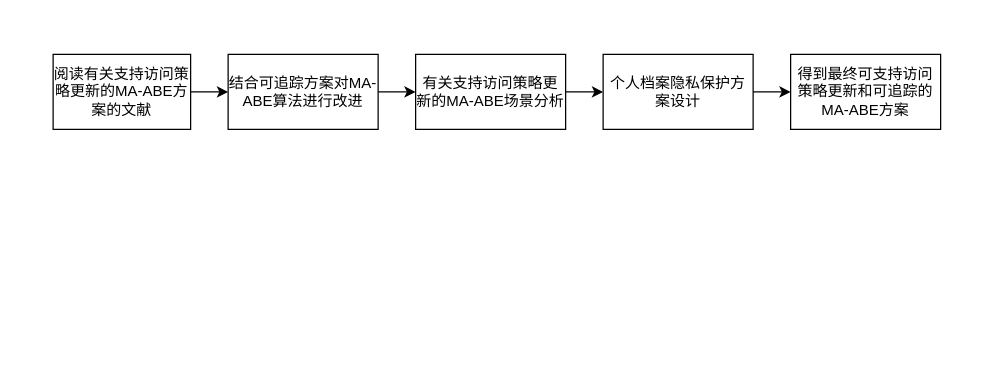
The draw.io diagram 访问策略更新技术路线图.drawio in ScauMadLife/BlockChain, before the edit. Source tidied: cells renumbered, new cells numbered last; positions are measured from the earlier drawing's top-left corner, leaving out a move shared by most shapes. Both pictures are drawn from the tidied source at 125%, with x=0, y=0 at pixel (52, 54). Pictures stored in the file or linked from it are replaced by grey dashed boxes.
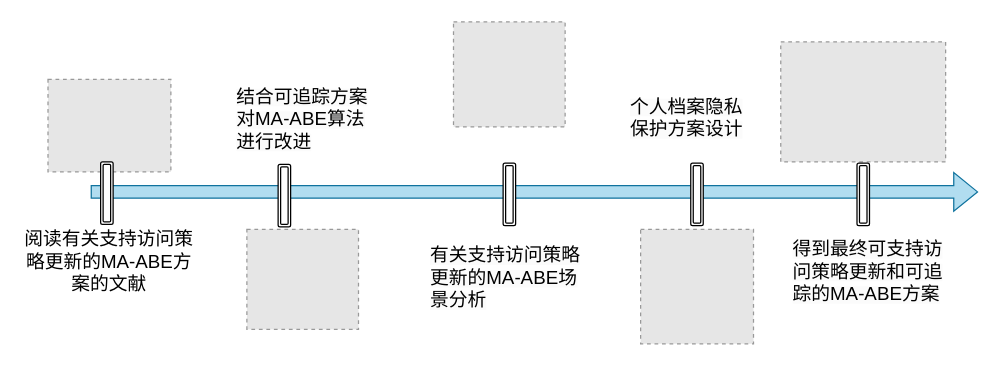
Above is the later version.

Commit message:
更新访问策略更新技术路线图.drawio

Change to the diagram source:
```diff
@@
 <mxGraphModel>
   <root>
     <mxCell id="0" />
     <mxCell id="1" parent="0" />
-    <mxCell id="2" style="edgeStyle=orthogonalEdgeStyle;rounded=0;jettySize=auto;html=1;" parent="1" edge="1" source="3" target="7">
-      <mxGeometry relative="1" as="geometry" />
-    </mxCell>
+    <mxCell id="11" style="shape=flexArrow;endArrow=classic;html=1;rounded=0;fillColor=#b1ddf0;strokeColor=#10739e;" parent="1" edge="1">
+      <mxGeometry relative="1" as="geometry">
+        <mxPoint x="30" y="110" as="sourcePoint" />
+        <mxPoint x="740" y="110" as="targetPoint" />
+      </mxGeometry>
+    </mxCell>
+    <mxCell id="12" style="fillColor=#E6E6E6;strokeColor=#999999;dashed=1;verticalLabelPosition=bottom;labelBackgroundColor=default;verticalAlign=top;" parent="1" vertex="1">
+      <mxGeometry x="-4.1" y="20" width="98.3" height="74" as="geometry" />
+    </mxCell>
-    <mxCell id="3" value="阅读有关支持访问策略更新的MA-ABE方案的文献" style="rounded=0;whiteSpace=wrap;html=1;" parent="1" vertex="1">
-      <mxGeometry width="110" height="60" as="geometry" />
+    <mxCell id="3" value="&lt;font style=&quot;font-size: 15px;&quot;&gt;阅读有关支持访问策略更新的MA-ABE方案的文献&lt;/font&gt;" style="text;html=1;strokeColor=none;fillColor=none;align=center;verticalAlign=middle;whiteSpace=wrap;rounded=0;" parent="1" vertex="1">
+      <mxGeometry x="-25" y="150" width="140" height="30" as="geometry" />
     </mxCell>
-    <mxCell id="4" style="edgeStyle=orthogonalEdgeStyle;rounded=0;jettySize=auto;html=1;" parent="1" edge="1" source="5" target="9">
-      <mxGeometry relative="1" as="geometry" />
-    </mxCell>
+    <mxCell id="13" style="fillColor=#E6E6E6;strokeColor=#999999;dashed=1;verticalLabelPosition=bottom;labelBackgroundColor=default;verticalAlign=top;" parent="1" vertex="1">
+      <mxGeometry x="155" y="140" width="89.3" height="80" as="geometry" />
+    </mxCell>
+    <mxCell id="7" value="&lt;span style=&quot;color: rgb(0, 0, 0); font-family: Helvetica; font-style: normal; font-variant-ligatures: normal; font-variant-caps: normal; font-weight: 400; letter-spacing: normal; orphans: 2; text-align: center; text-indent: 0px; text-transform: none; widows: 2; word-spacing: 0px; -webkit-text-stroke-width: 0px; background-color: rgb(251, 251, 251); text-decoration-thickness: initial; text-decoration-style: initial; text-decoration-color: initial; float: none; display: inline !important;&quot;&gt;&lt;font style=&quot;font-size: 15px;&quot;&gt;结合可追踪方案对MA-ABE算法进行改进&lt;/font&gt;&lt;/span&gt;" style="text;whiteSpace=wrap;html=1;" parent="1" vertex="1">
+      <mxGeometry x="144.7" y="18" width="110" height="40" as="geometry" />
+    </mxCell>
-    <mxCell id="5" value="有关支持访问策略更新的MA-ABE场景分析" style="whiteSpace=wrap;html=1;rounded=0;" parent="1" vertex="1">
-      <mxGeometry x="290" width="120" height="60" as="geometry" />
+    <mxCell id="5" value="&lt;span style=&quot;color: rgb(0, 0, 0); font-family: Helvetica; font-style: normal; font-variant-ligatures: normal; font-variant-caps: normal; font-weight: 400; letter-spacing: normal; orphans: 2; text-align: center; text-indent: 0px; text-transform: none; widows: 2; word-spacing: 0px; -webkit-text-stroke-width: 0px; background-color: rgb(251, 251, 251); text-decoration-thickness: initial; text-decoration-style: initial; text-decoration-color: initial; float: none; display: inline !important;&quot;&gt;&lt;font style=&quot;font-size: 15px;&quot;&gt;有关支持访问策略更新的MA-ABE场景分析&lt;/font&gt;&lt;/span&gt;" style="text;whiteSpace=wrap;html=1;" parent="1" vertex="1">
+      <mxGeometry x="300" y="145" width="130" height="40" as="geometry" />
     </mxCell>
-    <mxCell id="6" style="edgeStyle=orthogonalEdgeStyle;rounded=0;jettySize=auto;html=1;" parent="1" edge="1" source="7" target="5">
-      <mxGeometry relative="1" as="geometry" />
-    </mxCell>
-    <mxCell id="7" value="结合可追踪方案对MA-ABE算法进行改进" style="whiteSpace=wrap;html=1;rounded=0;" parent="1" vertex="1">
-      <mxGeometry x="140" width="120" height="60" as="geometry" />
-    </mxCell>
-    <mxCell id="8" style="edgeStyle=orthogonalEdgeStyle;rounded=0;jettySize=auto;html=1;" parent="1" edge="1" source="9" target="10">
-      <mxGeometry relative="1" as="geometry" />
-    </mxCell>
+    <mxCell id="14" style="fillColor=#E6E6E6;strokeColor=#999999;dashed=1;verticalLabelPosition=bottom;labelBackgroundColor=default;verticalAlign=top;" parent="1" vertex="1">
+      <mxGeometry x="320.3" y="-26" width="89.3" height="84" as="geometry" />
+    </mxCell>
-    <mxCell id="9" value="个人档案隐私保护方案设计" style="whiteSpace=wrap;html=1;rounded=0;" parent="1" vertex="1">
-      <mxGeometry x="440" width="120" height="60" as="geometry" />
+    <mxCell id="9" value="&lt;span style=&quot;color: rgb(0, 0, 0); font-family: Helvetica; font-style: normal; font-variant-ligatures: normal; font-variant-caps: normal; font-weight: 400; letter-spacing: normal; orphans: 2; text-align: center; text-indent: 0px; text-transform: none; widows: 2; word-spacing: 0px; -webkit-text-stroke-width: 0px; background-color: rgb(251, 251, 251); text-decoration-thickness: initial; text-decoration-style: initial; text-decoration-color: initial; float: none; display: inline !important;&quot;&gt;&lt;font style=&quot;font-size: 15px;&quot;&gt;个人档案隐私保护方案设计&lt;/font&gt;&lt;/span&gt;" style="text;whiteSpace=wrap;html=1;" parent="1" vertex="1">
+      <mxGeometry x="460.3" y="26" width="100" height="40" as="geometry" />
     </mxCell>
+    <mxCell id="15" style="fillColor=#E6E6E6;strokeColor=#999999;dashed=1;verticalLabelPosition=bottom;labelBackgroundColor=default;verticalAlign=top;" parent="1" vertex="1">
+      <mxGeometry x="470" y="140" width="90.3" height="91.5" as="geometry" />
+    </mxCell>
-    <mxCell id="10" value="得到最终可支持访问策略更新和可追踪的MA-ABE方案" style="whiteSpace=wrap;html=1;rounded=0;" parent="1" vertex="1">
-      <mxGeometry x="590" width="120" height="60" as="geometry" />
+    <mxCell id="10" value="&lt;span style=&quot;color: rgb(0, 0, 0); font-family: Helvetica; font-style: normal; font-variant-ligatures: normal; font-variant-caps: normal; font-weight: 400; letter-spacing: normal; orphans: 2; text-align: center; text-indent: 0px; text-transform: none; widows: 2; word-spacing: 0px; -webkit-text-stroke-width: 0px; background-color: rgb(251, 251, 251); text-decoration-thickness: initial; text-decoration-style: initial; text-decoration-color: initial; float: none; display: inline !important;&quot;&gt;&lt;font style=&quot;font-size: 15px;&quot;&gt;得到最终可支持访问策略更新和可追踪的MA-ABE方案&lt;/font&gt;&lt;/span&gt;" style="text;whiteSpace=wrap;html=1;" parent="1" vertex="1">
+      <mxGeometry x="590" y="140" width="124" height="40" as="geometry" />
     </mxCell>
+    <mxCell id="16" style="fillColor=#E6E6E6;strokeColor=#999999;dashed=1;verticalLabelPosition=bottom;labelBackgroundColor=default;verticalAlign=top;" parent="1" vertex="1">
+      <mxGeometry x="582.1" y="-10" width="131.9" height="96" as="geometry" />
+    </mxCell>
+    <mxCell id="17" style="edgeStyle=orthogonalEdgeStyle;rounded=0;orthogonalLoop=1;jettySize=auto;html=1;exitX=0.5;exitY=1;exitDx=0;exitDy=0;" parent="1" edge="1" source="5" target="5">
+      <mxGeometry relative="1" as="geometry" />
+    </mxCell>
+    <mxCell id="18" style="shape=ext;double=1;rounded=1;whiteSpace=wrap;html=1;" parent="1" vertex="1">
+      <mxGeometry x="38" y="86" width="10" height="50" as="geometry" />
+    </mxCell>
+    <mxCell id="19" style="shape=ext;double=1;rounded=1;whiteSpace=wrap;html=1;" parent="1" vertex="1">
+      <mxGeometry x="510.1" y="87" width="10" height="50" as="geometry" />
+    </mxCell>
+    <mxCell id="20" style="shape=ext;double=1;rounded=1;whiteSpace=wrap;html=1;" parent="1" vertex="1">
+      <mxGeometry x="643.1" y="87" width="10" height="50" as="geometry" />
+    </mxCell>
+    <mxCell id="21" style="shape=ext;double=1;rounded=1;whiteSpace=wrap;html=1;" parent="1" vertex="1">
+      <mxGeometry x="180" y="88" width="10" height="50" as="geometry" />
+    </mxCell>
+    <mxCell id="22" style="shape=ext;double=1;rounded=1;whiteSpace=wrap;html=1;" parent="1" vertex="1">
+      <mxGeometry x="360" y="87" width="10" height="50" as="geometry" />
+    </mxCell>
   </root>
 </mxGraphModel>
```
